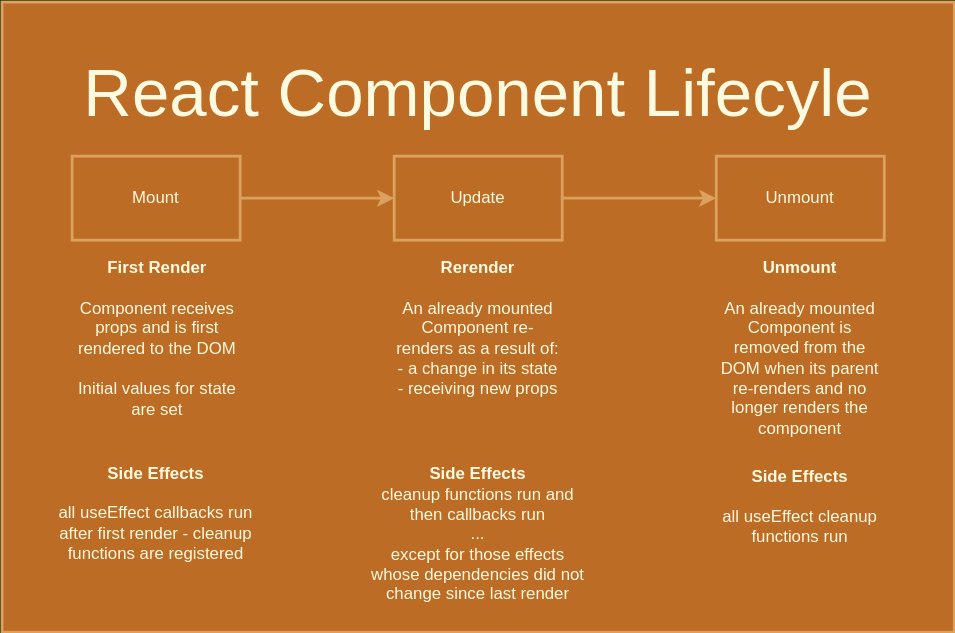
Earlier version of the draw.io export 05_side_effects_and_data_fetching/assets/component-lifecycle.drawio.svg (learn-co-curriculum/SENG-LIVE-Phase-2-ProjectShowcase). Source tidied: cells renumbered, new cells last; positions are measured from the earlier drawing's top-left corner, leaving out a move shared by most shapes.
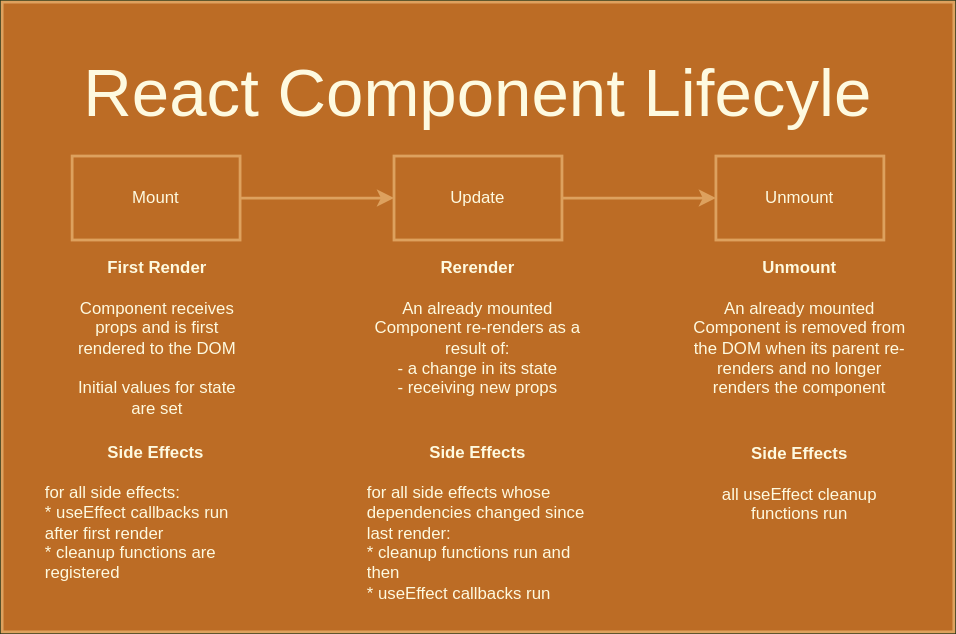
After the change.

Commit message:
add diagram and update slides

The edit, as a diff of the source:
```diff
@@ -25,22 +25,22 @@
       <mxGeometry x="51" y="180" width="120" height="120" as="geometry" />
     </mxCell>
     <mxCell id="10" value="&lt;b&gt;Rerender&lt;/b&gt;&lt;br&gt;&lt;br&gt;An already mounted Component re-renders as a result of:&lt;br&gt;- a change in its state&lt;br&gt;- receiving new props&lt;br&gt;" style="text;html=1;strokeColor=none;fillColor=none;align=center;verticalAlign=middle;whiteSpace=wrap;rounded=0;fontColor=#FEFAE0;" parent="3" vertex="1">
-      <mxGeometry x="280" y="183" width="120" height="100" as="geometry" />
+      <mxGeometry x="260" y="183" width="160" height="100" as="geometry" />
     </mxCell>
     <mxCell id="11" value="&lt;font style=&quot;font-size: 48px&quot;&gt;React Component Lifecyle&lt;/font&gt;" style="text;html=1;strokeColor=none;fillColor=none;align=center;verticalAlign=middle;whiteSpace=wrap;rounded=0;fontColor=#FEFAE0;" parent="3" vertex="1">
       <mxGeometry y="20" width="680" height="90" as="geometry" />
     </mxCell>
     <mxCell id="12" value="&lt;b&gt;Unmount&lt;br&gt;&lt;/b&gt;&lt;br&gt;An already mounted Component is removed from the DOM when its parent re-renders and no longer renders the component" style="text;html=1;strokeColor=none;fillColor=none;align=center;verticalAlign=middle;whiteSpace=wrap;rounded=0;fontColor=#FEFAE0;" parent="3" vertex="1">
-      <mxGeometry x="510" y="182" width="120" height="130" as="geometry" />
+      <mxGeometry x="490" y="168" width="160" height="130" as="geometry" />
     </mxCell>
-    <mxCell id="13" value="&lt;b&gt;Side Effects&lt;br&gt;&lt;/b&gt;&lt;br&gt;all useEffect callbacks run after first render - cleanup functions are registered" style="text;html=1;strokeColor=none;fillColor=none;align=center;verticalAlign=middle;whiteSpace=wrap;rounded=0;fontColor=#FEFAE0;" parent="3" vertex="1">
+    <mxCell id="13" value="&lt;b&gt;Side Effects&lt;br&gt;&lt;/b&gt;&lt;br&gt;&lt;div style=&quot;text-align: left&quot;&gt;&lt;span&gt;for all side effects:&lt;/span&gt;&lt;/div&gt;&lt;div style=&quot;text-align: left&quot;&gt;&lt;span&gt;* useEffect callbacks run after first render&lt;/span&gt;&lt;/div&gt;&lt;div style=&quot;text-align: left&quot;&gt;&lt;span&gt;* cleanup functions are registered&lt;/span&gt;&lt;/div&gt;" style="text;html=1;strokeColor=none;fillColor=none;align=center;verticalAlign=middle;whiteSpace=wrap;rounded=0;fontColor=#FEFAE0;" parent="3" vertex="1">
       <mxGeometry x="30" y="330" width="160" height="70" as="geometry" />
     </mxCell>
-    <mxCell id="14" value="&lt;b&gt;Side Effects&lt;br&gt;&lt;/b&gt;cleanup functions run and then callbacks run &lt;br&gt;...&lt;br&gt;&amp;nbsp; except for those effects whose dependencies did not change since last render" style="text;html=1;strokeColor=none;fillColor=none;align=center;verticalAlign=middle;whiteSpace=wrap;rounded=0;fontColor=#FEFAE0;" parent="3" vertex="1">
-      <mxGeometry x="260" y="330" width="160" height="100" as="geometry" />
+    <mxCell id="14" value="&lt;b&gt;Side Effects&lt;br&gt;&lt;div style=&quot;text-align: left&quot;&gt;&lt;span style=&quot;font-weight: normal&quot;&gt;&lt;br&gt;&lt;/span&gt;&lt;/div&gt;&lt;div style=&quot;text-align: left&quot;&gt;&lt;span style=&quot;font-weight: normal&quot;&gt;for all side effects whose dependencies changed since last render:&lt;/span&gt;&lt;/div&gt;&lt;/b&gt;&lt;div style=&quot;text-align: left&quot;&gt;&lt;span&gt;* cleanup functions run and then&amp;nbsp;&lt;/span&gt;&lt;/div&gt;&lt;div style=&quot;text-align: left&quot;&gt;&lt;span&gt;* useEffect callbacks run&lt;/span&gt;&lt;/div&gt;" style="text;html=1;strokeColor=none;fillColor=none;align=center;verticalAlign=middle;whiteSpace=wrap;rounded=0;fontColor=#FEFAE0;" parent="3" vertex="1">
+      <mxGeometry x="260" y="322" width="160" height="100" as="geometry" />
     </mxCell>
     <mxCell id="15" value="&lt;b&gt;Side Effects&lt;br&gt;&lt;/b&gt;&lt;br&gt;all useEffect cleanup functions run" style="text;html=1;strokeColor=none;fillColor=none;align=center;verticalAlign=middle;whiteSpace=wrap;rounded=0;fontColor=#FEFAE0;" parent="3" vertex="1">
-      <mxGeometry x="490" y="330" width="160" height="60" as="geometry" />
+      <mxGeometry x="490" y="314" width="160" height="60" as="geometry" />
     </mxCell>
   </root>
 </mxGraphModel>
```
